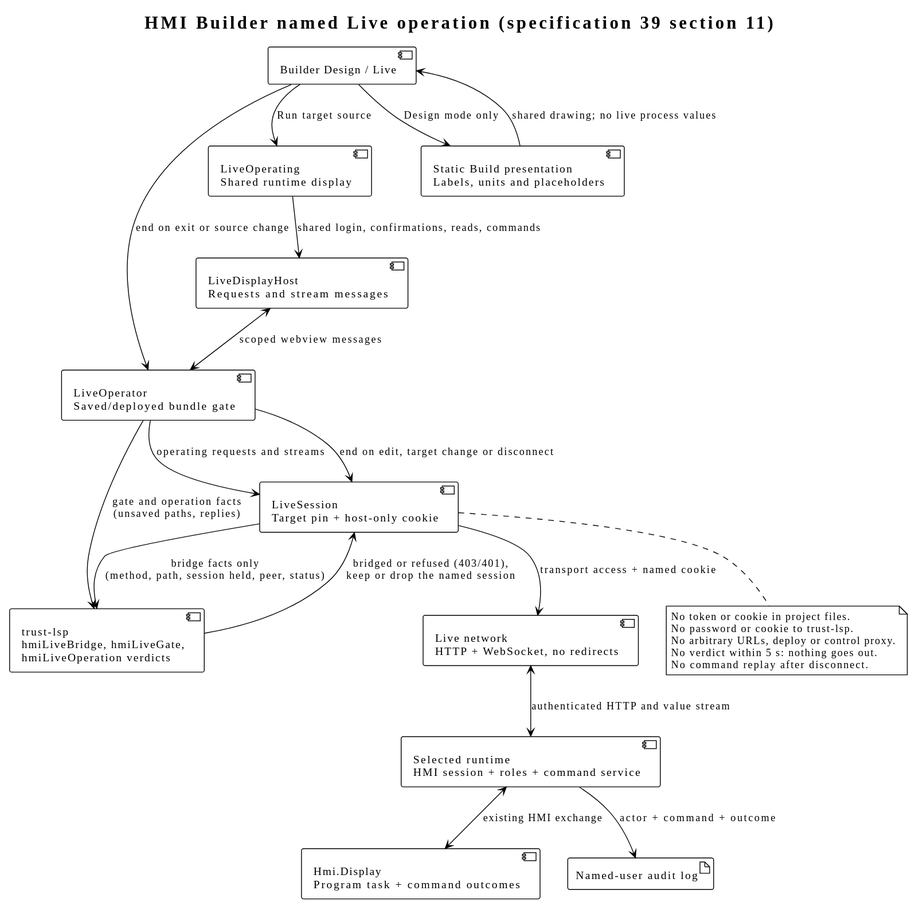
Before: docs/diagrams/generated/hmi-editor-live.svg, a diagram exported from PlantUML (johannesPettersson80/trust-platform).
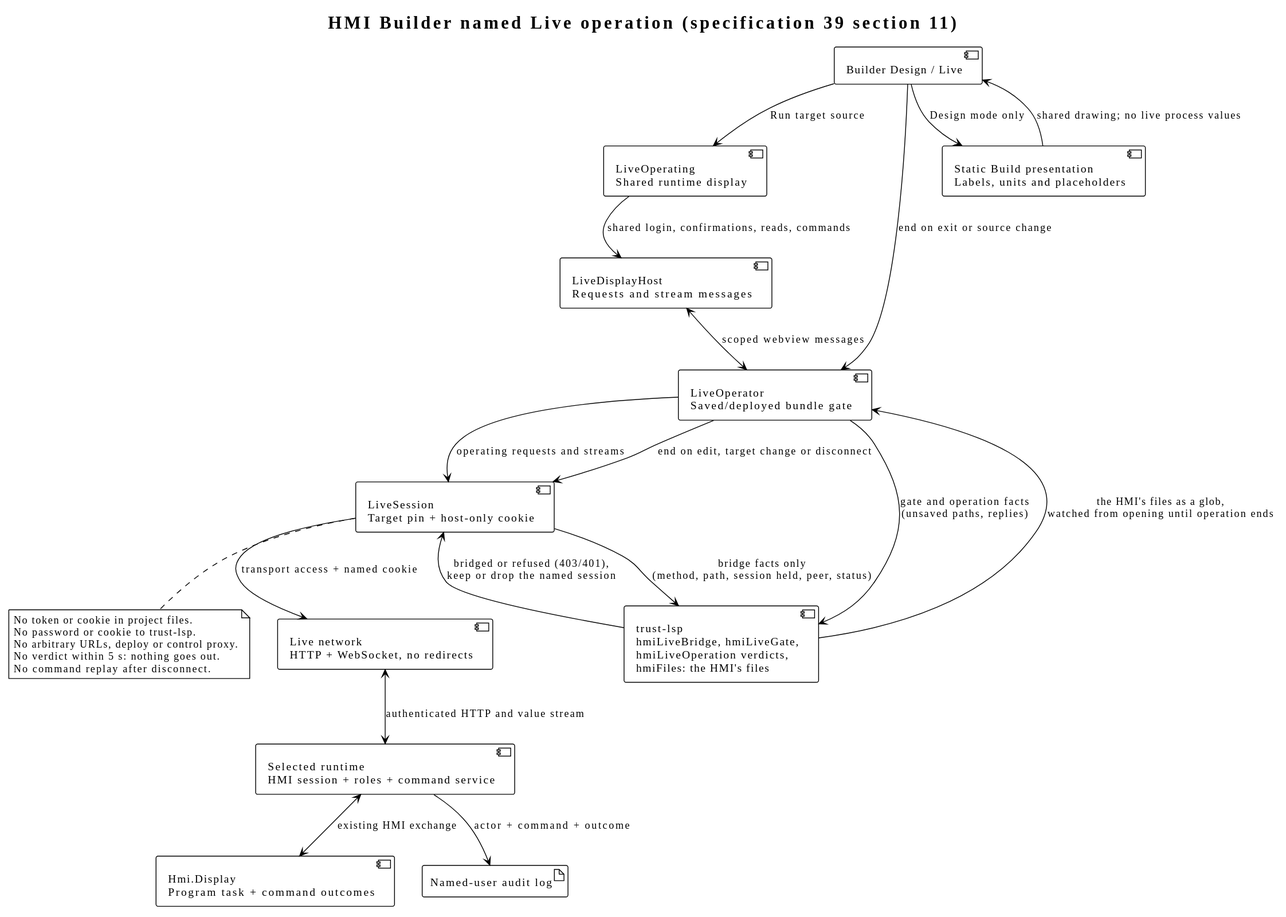
The same file after the commit.

What changed in the source:
```diff
@@ -6,7 +6,7 @@
 component "LiveDisplayHost\nRequests and stream messages" as adapter
 component "LiveOperator\nSaved/deployed bundle gate" as host
 component "LiveSession\nTarget pin + host-only cookie" as session
-component "trust-lsp\nhmiLiveBridge, hmiLiveGate,\nhmiLiveOperation verdicts" as lsp
+component "trust-lsp\nhmiLiveBridge, hmiLiveGate,\nhmiLiveOperation verdicts,\nhmiFiles: the HMI's files" as lsp
 component "Live network\nHTTP + WebSocket, no redirects" as network
 component "Selected runtime\nHMI session + roles + command service" as runtime
 component "Hmi.Display\nProgram task + command outcomes" as plc
@@ -19,6 +19,7 @@
 adapter <--> host : scoped webview messages
 host --> session : operating requests and streams
 host --> lsp : gate and operation facts\n(unsaved paths, replies)
+lsp --> host : the HMI's files as a glob,\nwatched from opening until operation ends
 session --> lsp : bridge facts only\n(method, path, session held, peer, status)
 lsp --> session : bridged or refused (403/401),\nkeep or drop the named session
 session --> network : transport access + named cookie
```
